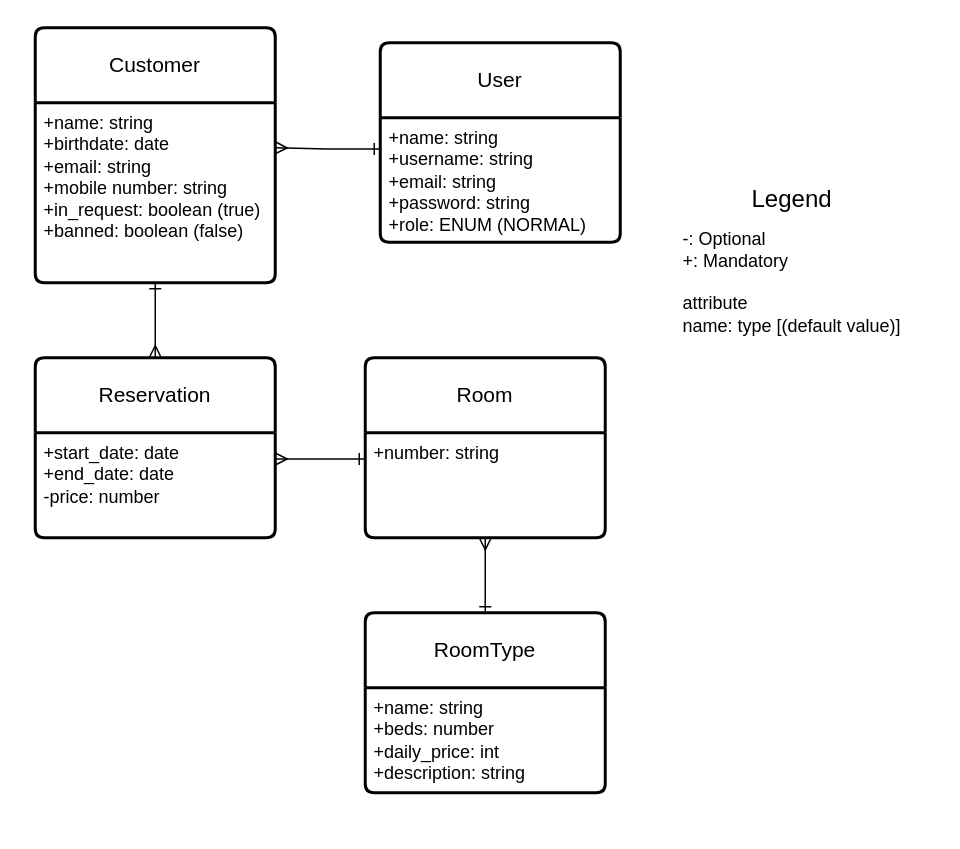
ketonBever0/hotel-projekt keeps this draw.io diagram as szalloda_db.drawio. Above is the earlier version. Source tidied: cells renumbered, new cells numbered last; positions are measured from the earlier drawing's top-left corner, leaving out a move shared by most shapes. Both pictures are drawn from the tidied source at 150%, with x=0, y=0 at pixel (34, 27).
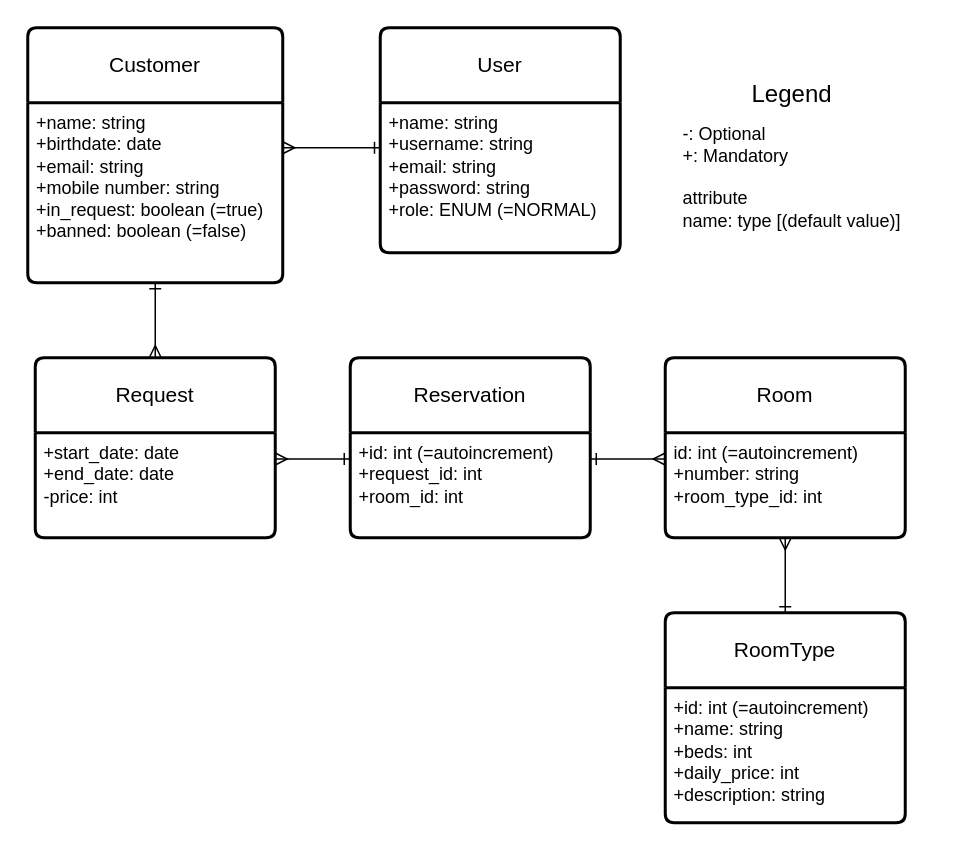
After the change.

What changed in the source:
```diff
@@
 <mxGraphModel>
   <root>
     <mxCell id="0" />
     <mxCell id="1" parent="0" />
     <mxCell id="2" value="User" style="swimlane;horizontal=1;startSize=50;rounded=1;fontSize=14;fontStyle=0;strokeWidth=2;shadow=0;dashed=0;align=center;arcSize=4;whiteSpace=wrap;html=1;" parent="1" vertex="1">
-      <mxGeometry x="230" y="10" width="160" height="133" as="geometry" />
+      <mxGeometry x="230" width="160" height="150" as="geometry" />
     </mxCell>
-    <mxCell id="3" value="&lt;div&gt;+name: string&lt;/div&gt;+username: string&lt;div&gt;+email: string&lt;/div&gt;&lt;div&gt;+password: string&lt;/div&gt;&lt;div&gt;+role: ENUM (NORMAL)&lt;/div&gt;" style="align=left;strokeColor=none;fillColor=none;spacingLeft=4;fontSize=12;verticalAlign=top;html=1;" parent="2" vertex="1">
-      <mxGeometry y="50" width="160" height="83" as="geometry" />
+    <mxCell id="3" value="&lt;div&gt;+name: string&lt;/div&gt;+username: string&lt;div&gt;+email: string&lt;/div&gt;&lt;div&gt;+password: string&lt;/div&gt;&lt;div&gt;+role: ENUM (=NORMAL)&lt;/div&gt;" style="align=left;strokeColor=none;fillColor=none;spacingLeft=4;fontSize=12;verticalAlign=top;html=1;" parent="2" vertex="1">
+      <mxGeometry y="50" width="160" height="100" as="geometry" />
     </mxCell>
     <mxCell id="4" value="Customer" style="swimlane;horizontal=1;startSize=50;rounded=1;fontSize=14;fontStyle=0;strokeWidth=2;shadow=0;dashed=0;align=center;arcSize=4;whiteSpace=wrap;html=1;" parent="1" vertex="1">
-      <mxGeometry width="160" height="170" as="geometry" />
+      <mxGeometry x="-5" width="170" height="170" as="geometry" />
     </mxCell>
-    <mxCell id="5" value="+name: string&lt;div&gt;+birthdate: date&lt;/div&gt;&lt;div&gt;+email: string&lt;/div&gt;&lt;div&gt;+mobile number: string&lt;/div&gt;&lt;div&gt;+in_request: boolean (true)&lt;/div&gt;&lt;div&gt;+banned: boolean (false)&lt;/div&gt;" style="align=left;strokeColor=none;fillColor=none;spacingLeft=4;fontSize=12;verticalAlign=top;html=1;" parent="4" vertex="1">
-      <mxGeometry y="50" width="160" height="120" as="geometry" />
+    <mxCell id="5" value="+name: string&lt;div&gt;+birthdate: date&lt;/div&gt;&lt;div&gt;+email: string&lt;/div&gt;&lt;div&gt;+mobile number: string&lt;/div&gt;&lt;div&gt;+in_request: boolean (=true)&lt;/div&gt;&lt;div&gt;+banned: boolean (=false)&lt;/div&gt;" style="align=left;strokeColor=none;fillColor=none;spacingLeft=4;fontSize=12;verticalAlign=top;html=1;" parent="4" vertex="1">
+      <mxGeometry y="50" width="170" height="120" as="geometry" />
     </mxCell>
     <mxCell id="6" value="Room" style="swimlane;horizontal=1;startSize=50;rounded=1;fontSize=14;fontStyle=0;strokeWidth=2;shadow=0;dashed=0;align=center;arcSize=4;whiteSpace=wrap;html=1;" parent="1" vertex="1">
-      <mxGeometry x="220" y="220" width="160" height="120" as="geometry" />
+      <mxGeometry x="420" y="220" width="160" height="120" as="geometry" />
     </mxCell>
-    <mxCell id="7" value="+number: string" style="align=left;strokeColor=none;fillColor=none;spacingLeft=4;fontSize=12;verticalAlign=top;html=1;" parent="6" vertex="1">
+    <mxCell id="7" value="&lt;div&gt;id: int (=autoincrement)&lt;/div&gt;+number: string&lt;div&gt;+room_type_id: int&lt;/div&gt;" style="align=left;strokeColor=none;fillColor=none;spacingLeft=4;fontSize=12;verticalAlign=top;html=1;" parent="6" vertex="1">
       <mxGeometry y="50" width="160" height="70" as="geometry" />
     </mxCell>
     <mxCell id="8" value="RoomType" style="swimlane;horizontal=1;startSize=50;rounded=1;fontSize=14;fontStyle=0;strokeWidth=2;shadow=0;dashed=0;align=center;arcSize=4;whiteSpace=wrap;html=1;" parent="1" vertex="1">
-      <mxGeometry x="220" y="390" width="160" height="120" as="geometry" />
+      <mxGeometry x="420" y="390" width="160" height="140" as="geometry" />
     </mxCell>
-    <mxCell id="9" value="+name: string&lt;div&gt;+beds: number&lt;div&gt;+daily_price: int&lt;/div&gt;&lt;/div&gt;&lt;div&gt;+description: string&lt;/div&gt;" style="align=left;strokeColor=none;fillColor=none;spacingLeft=4;fontSize=12;verticalAlign=top;html=1;" parent="8" vertex="1">
-      <mxGeometry y="50" width="160" height="70" as="geometry" />
+    <mxCell id="9" value="&lt;div&gt;+id: int (=autoincrement)&lt;/div&gt;+name: string&lt;div&gt;+beds: int&lt;div&gt;+daily_price: int&lt;/div&gt;&lt;/div&gt;&lt;div&gt;+description: string&lt;/div&gt;" style="align=left;strokeColor=none;fillColor=none;spacingLeft=4;fontSize=12;verticalAlign=top;html=1;" parent="8" vertex="1">
+      <mxGeometry y="50" width="160" height="90" as="geometry" />
     </mxCell>
     <mxCell id="10" style="edgeStyle=orthogonalEdgeStyle;rounded=0;jettySize=auto;html=1;exitX=0.5;exitY=1;exitDx=0;exitDy=0;entryX=0.5;entryY=0;entryDx=0;entryDy=0;endArrow=ERone;endFill=0;startArrow=ERmany;startFill=0;" parent="1" edge="1" source="7" target="8">
       <mxGeometry relative="1" as="geometry" />
     </mxCell>
-    <mxCell id="11" value="Reservation" style="swimlane;horizontal=1;startSize=50;rounded=1;fontSize=14;fontStyle=0;strokeWidth=2;shadow=0;dashed=0;align=center;arcSize=4;whiteSpace=wrap;html=1;" parent="1" vertex="1">
+    <mxCell id="11" value="Request" style="swimlane;horizontal=1;startSize=50;rounded=1;fontSize=14;fontStyle=0;strokeWidth=2;shadow=0;dashed=0;align=center;arcSize=4;whiteSpace=wrap;html=1;" parent="1" vertex="1">
       <mxGeometry y="220" width="160" height="120" as="geometry" />
     </mxCell>
-    <mxCell id="12" value="+start_date: date&lt;div&gt;+end_date: date&lt;/div&gt;&lt;div&gt;-price: number&lt;/div&gt;" style="align=left;strokeColor=none;fillColor=none;spacingLeft=4;fontSize=12;verticalAlign=top;html=1;" parent="11" vertex="1">
+    <mxCell id="12" value="+start_date: date&lt;div&gt;+end_date: date&lt;/div&gt;&lt;div&gt;-price: int&lt;/div&gt;" style="align=left;strokeColor=none;fillColor=none;spacingLeft=4;fontSize=12;verticalAlign=top;html=1;" parent="11" vertex="1">
       <mxGeometry y="50" width="160" height="70" as="geometry" />
     </mxCell>
-    <mxCell id="13" style="edgeStyle=orthogonalEdgeStyle;rounded=0;jettySize=auto;html=1;exitX=1;exitY=0.25;exitDx=0;exitDy=0;entryX=0;entryY=0.25;entryDx=0;entryDy=0;startArrow=ERmany;startFill=0;endArrow=ERone;endFill=0;" parent="1" edge="1" source="12" target="7">
+    <mxCell id="13" style="edgeStyle=orthogonalEdgeStyle;rounded=0;jettySize=auto;html=1;entryX=1;entryY=0.25;entryDx=0;entryDy=0;startArrow=ERmany;startFill=0;endArrow=ERone;endFill=0;exitX=0;exitY=0.25;exitDx=0;exitDy=0;" parent="1" edge="1" source="7" target="19">
       <mxGeometry relative="1" as="geometry" />
     </mxCell>
     <mxCell id="14" style="edgeStyle=orthogonalEdgeStyle;rounded=0;jettySize=auto;html=1;exitX=0.5;exitY=1;exitDx=0;exitDy=0;entryX=0.5;entryY=0;entryDx=0;entryDy=0;endArrow=ERmany;endFill=0;startArrow=ERone;startFill=0;" parent="1" edge="1" source="5" target="11">
       <mxGeometry relative="1" as="geometry" />
     </mxCell>
-    <mxCell id="15" style="edgeStyle=orthogonalEdgeStyle;rounded=0;jettySize=auto;html=1;exitX=0;exitY=0.25;exitDx=0;exitDy=0;entryX=1;entryY=0.25;entryDx=0;entryDy=0;endArrow=ERmany;endFill=0;startArrow=ERone;startFill=0;" parent="1" edge="1" source="3" target="5">
+    <mxCell id="15" style="edgeStyle=orthogonalEdgeStyle;rounded=0;jettySize=auto;html=1;endArrow=ERmany;endFill=0;startArrow=ERone;startFill=0;entryX=1;entryY=0.25;entryDx=0;entryDy=0;exitX=0.001;exitY=0.3;exitDx=0;exitDy=0;exitPerimeter=0;" parent="1" edge="1" source="3" target="5">
       <mxGeometry relative="1" as="geometry" />
     </mxCell>
     <mxCell id="16" value="&lt;div style=&quot;text-align: center; margin-bottom: 10px;&quot;&gt;&lt;font style=&quot;font-size: 16px;&quot;&gt;Legend&lt;/font&gt;&lt;/div&gt;-: Optional&lt;div style=&quot;margin-left: 0px;&quot;&gt;+: Mandatory&lt;/div&gt;&lt;div&gt;&lt;br&gt;&lt;/div&gt;&lt;div&gt;attribute&lt;/div&gt;&lt;div&gt;name: type [(default value)]&lt;/div&gt;" style="text;html=1;align=left;verticalAlign=middle;strokeColor=none;fillColor=none;rounded=1;labelBorderColor=none;textShadow=0;labelBackgroundColor=default;perimeterSpacing=0;strokeWidth=1;glass=0;" parent="1" vertex="1">
-      <mxGeometry x="430" y="100" width="170" height="110" as="geometry" />
+      <mxGeometry x="430" y="30" width="170" height="110" as="geometry" />
     </mxCell>
+    <mxCell id="17" style="edgeStyle=orthogonalEdgeStyle;rounded=0;jettySize=auto;html=1;exitX=1;exitY=0.25;exitDx=0;exitDy=0;entryX=0;entryY=0.25;entryDx=0;entryDy=0;startArrow=ERmany;startFill=0;endArrow=ERone;endFill=0;" parent="1" edge="1" source="12" target="19">
+      <mxGeometry relative="1" as="geometry" />
+    </mxCell>
+    <mxCell id="18" value="Reservation" style="swimlane;horizontal=1;startSize=50;rounded=1;fontSize=14;fontStyle=0;strokeWidth=2;shadow=0;dashed=0;align=center;arcSize=4;whiteSpace=wrap;html=1;" parent="1" vertex="1">
+      <mxGeometry x="210" y="220" width="160" height="120" as="geometry" />
+    </mxCell>
+    <mxCell id="19" value="+id: int (=autoincrement)&lt;div&gt;+request_id: int&lt;/div&gt;&lt;div&gt;+room_id: int&lt;/div&gt;" style="align=left;strokeColor=none;fillColor=none;spacingLeft=4;fontSize=12;verticalAlign=top;html=1;" parent="18" vertex="1">
+      <mxGeometry y="50" width="160" height="70" as="geometry" />
+    </mxCell>
   </root>
 </mxGraphModel>
```
